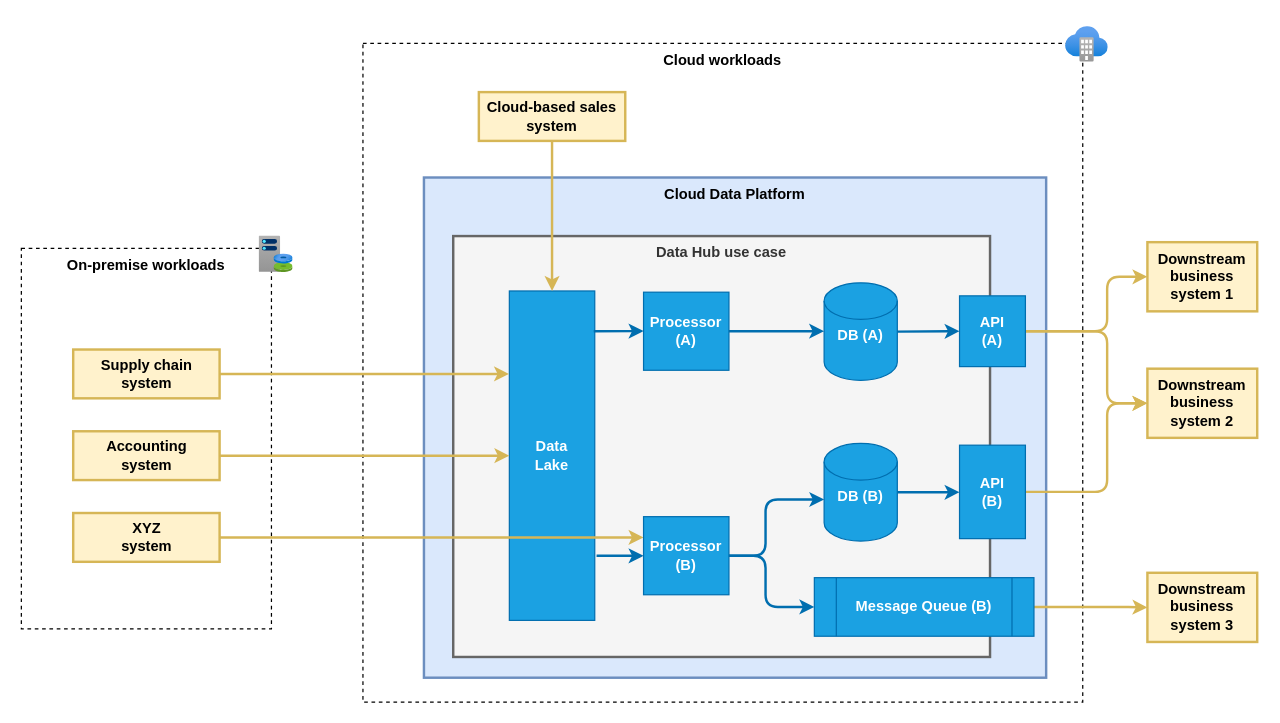
Earlier version of the draw.io diagram page "Page-6" (5 of 13) of assets/diagrams.drawio (wojciech-jakubowski/wojciech-jakubowski.github.io). Source tidied: cells renumbered, new cells numbered last; positions are measured from the earlier drawing's top-left corner, leaving out a move shared by most shapes. Both pictures are drawn from the tidied source at 122%, with x=0, y=0 at pixel (21, 21).
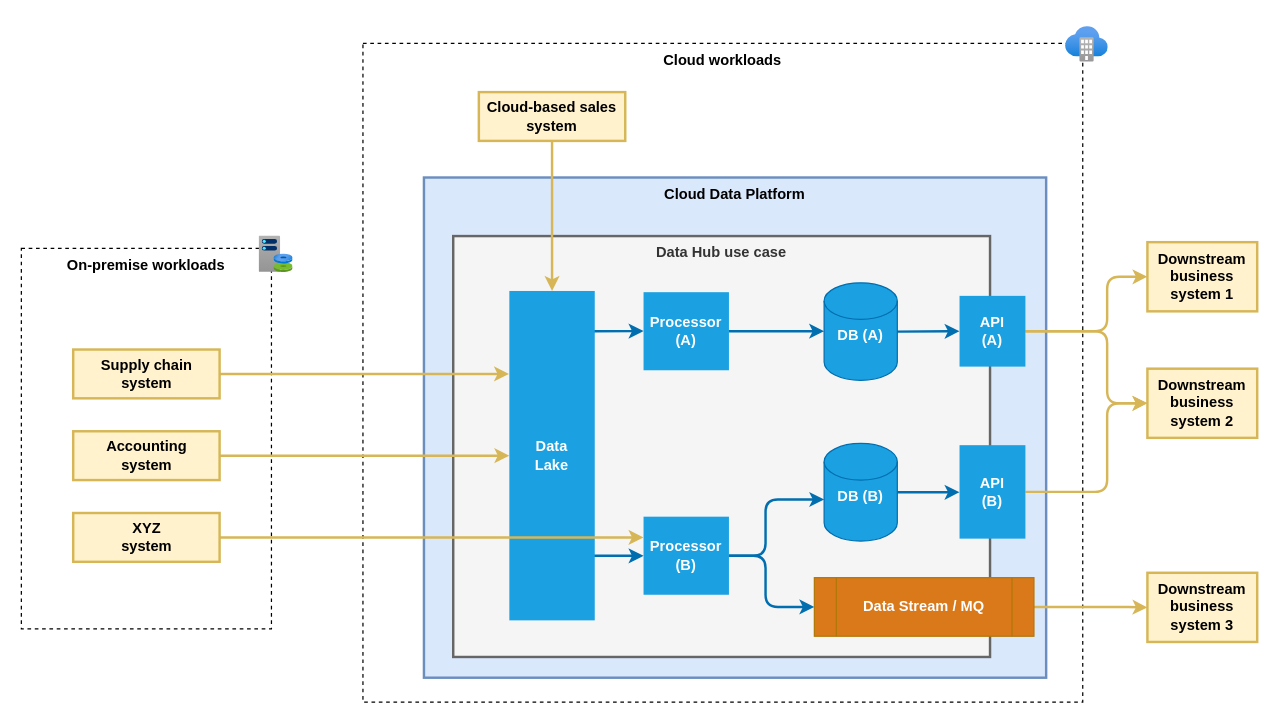
The same diagram, later.

The change refers to these unchanged cells:
```xml
<mxCell id="8" value="XYZ&lt;br&gt;system" style="rounded=0;whiteSpace=wrap;html=1;fillColor=#fff2cc;strokeColor=#d6b656;strokeWidth=2;fontStyle=1;" parent="1" vertex="1">
  <mxGeometry x="42.5" y="403" width="120" height="40" as="geometry" />
</mxCell>
```

Diff of the diagram source:
```diff
@@
-    <mxCell id="12" value="Data &lt;br&gt;Lake" style="rounded=0;whiteSpace=wrap;html=1;strokeWidth=1;fontColor=#ffffff;fillColor=#1ba1e2;strokeColor=#006EAF;fontStyle=1;" parent="1" vertex="1">
-      <mxGeometry x="400" y="221" width="70" height="270" as="geometry" />
-    </mxCell>
@@
-    <mxCell id="15" style="edgeStyle=segmentEdgeStyle;html=1;strokeWidth=2;fontColor=#000000;exitX=1;exitY=0.5;exitDx=0;exitDy=0;rounded=0;fontSize=12;strokeColor=#d6b656;fillColor=#fff2cc;" parent="1" edge="1" source="8" target="25">
-      <mxGeometry relative="1" as="geometry" />
-    </mxCell>
@@
-    <mxCell id="17" value="Processor (A)" style="rounded=0;whiteSpace=wrap;html=1;strokeWidth=1;fillColor=#1ba1e2;strokeColor=#006EAF;fontStyle=1;verticalAlign=middle;fontColor=#ffffff;" parent="1" vertex="1">
+    <mxCell id="17" value="Processor (A)" style="rounded=0;whiteSpace=wrap;html=1;strokeWidth=1;fillColor=#1ba1e2;fontStyle=1;verticalAlign=middle;fontColor=#ffffff;strokeColor=none;" parent="1" vertex="1">
       <mxGeometry x="510" y="222" width="70" height="64" as="geometry" />
     </mxCell>
@@
-    <mxCell id="25" value="Processor (B)" style="rounded=0;whiteSpace=wrap;html=1;strokeWidth=1;fillColor=#1ba1e2;strokeColor=#006EAF;fontStyle=1;verticalAlign=middle;fontColor=#ffffff;" parent="1" vertex="1">
+    <mxCell id="25" value="Processor (B)" style="rounded=0;whiteSpace=wrap;html=1;strokeWidth=1;fillColor=#1ba1e2;fontStyle=1;verticalAlign=middle;fontColor=#ffffff;strokeColor=none;" parent="1" vertex="1">
       <mxGeometry x="510" y="406" width="70" height="64" as="geometry" />
     </mxCell>
@@
-    <mxCell id="27" style="edgeStyle=segmentEdgeStyle;endArrow=classic;html=1;labelBackgroundColor=#ffffff;strokeColor=#006EAF;strokeWidth=2;fontColor=#000000;exitX=1.021;exitY=0.804;exitDx=0;exitDy=0;entryX=0;entryY=0.5;entryDx=0;entryDy=0;fillColor=#1ba1e2;exitPerimeter=0;" parent="1" edge="1" source="12" target="25">
+    <mxCell id="27" style="edgeStyle=segmentEdgeStyle;endArrow=classic;html=1;labelBackgroundColor=#ffffff;strokeColor=#006EAF;strokeWidth=2;fontColor=#000000;entryX=0;entryY=0.5;entryDx=0;entryDy=0;fillColor=#1ba1e2;exitX=0.984;exitY=0.804;exitDx=0;exitDy=0;exitPerimeter=0;" parent="1" edge="1" source="12" target="25">
       <mxGeometry relative="1" as="geometry" />
     </mxCell>
@@
-    <mxCell id="35" value="API&lt;br&gt;(B)" style="rounded=0;whiteSpace=wrap;html=1;strokeWidth=1;fillColor=#1ba1e2;strokeColor=#006EAF;fontStyle=1;verticalAlign=middle;fontColor=#ffffff;" parent="1" vertex="1">
+    <mxCell id="35" value="API&lt;br&gt;(B)" style="rounded=0;whiteSpace=wrap;html=1;strokeWidth=1;fillColor=#1ba1e2;fontStyle=1;verticalAlign=middle;fontColor=#ffffff;strokeColor=none;" parent="1" vertex="1">
       <mxGeometry x="769" y="347.4" width="54" height="76.6" as="geometry" />
     </mxCell>
-    <mxCell id="36" value="API&lt;br&gt;(A)" style="rounded=0;whiteSpace=wrap;html=1;strokeWidth=1;fillColor=#1ba1e2;strokeColor=#006EAF;fontStyle=1;verticalAlign=middle;fontColor=#ffffff;" parent="1" vertex="1">
+    <mxCell id="36" value="API&lt;br&gt;(A)" style="rounded=0;whiteSpace=wrap;html=1;strokeWidth=1;fillColor=#1ba1e2;fontStyle=1;verticalAlign=middle;fontColor=#ffffff;strokeColor=none;" parent="1" vertex="1">
       <mxGeometry x="769" y="225" width="54" height="58" as="geometry" />
     </mxCell>
-    <mxCell id="37" value="Message Queue (B)" style="shape=process;whiteSpace=wrap;html=1;backgroundOutline=1;fontColor=#ffffff;fontStyle=1;verticalAlign=middle;strokeColor=#006EAF;strokeWidth=1;fillColor=#1ba1e2;" parent="1" vertex="1">
+    <mxCell id="37" value="Data Stream / MQ" style="shape=process;whiteSpace=wrap;html=1;backgroundOutline=1;fontColor=#ffffff;fontStyle=1;verticalAlign=middle;strokeWidth=1;fillColor=#D9791A;strokeColor=#B07707;" parent="1" vertex="1">
       <mxGeometry x="650" y="456" width="180" height="48" as="geometry" />
     </mxCell>
+    <mxCell id="12" value="Data &lt;br&gt;Lake" style="rounded=0;whiteSpace=wrap;html=1;strokeWidth=1;fontColor=#ffffff;fillColor=#1ba1e2;fontStyle=1;strokeColor=none;" parent="1" vertex="1">
+      <mxGeometry x="400" y="221" width="70" height="270" as="geometry" />
+    </mxCell>
+    <mxCell id="15" style="edgeStyle=segmentEdgeStyle;html=1;strokeWidth=2;fontColor=#000000;exitX=1;exitY=0.5;exitDx=0;exitDy=0;rounded=0;fontSize=12;strokeColor=#d6b656;fillColor=#fff2cc;" parent="1" edge="1" source="8" target="25">
+      <mxGeometry relative="1" as="geometry" />
+    </mxCell>
```
